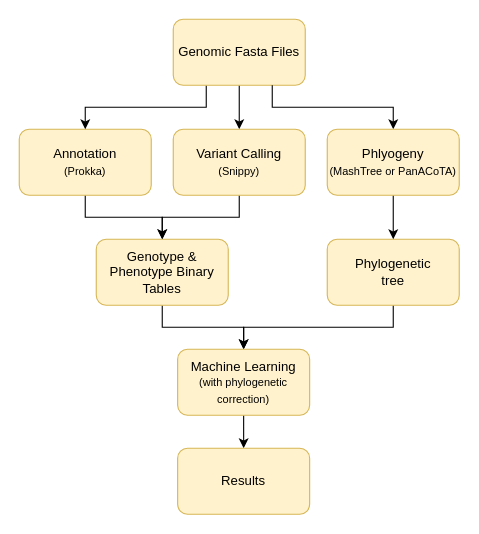
Earlier version of the draw.io diagram flowcharts/ALPAR_Flowchart_short.drawio (kalininalab/ALPAR). Source tidied: cells renumbered, new cells numbered last; positions are measured from the earlier drawing's top-left corner, leaving out a move shared by most shapes. Both pictures are drawn from the tidied source at 110%, with x=0, y=0 at pixel (19, 19).
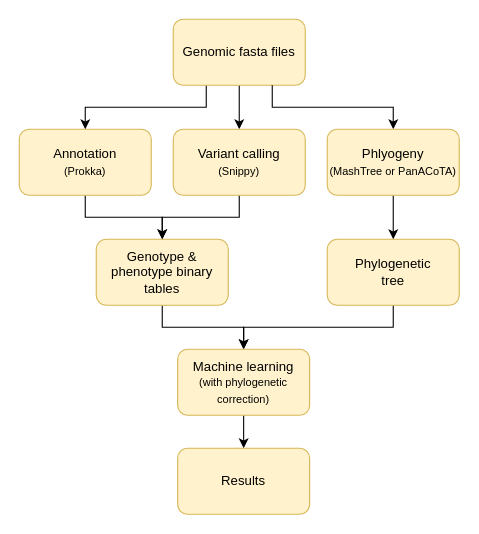
Above is the later version.

Change to the diagram source:
```diff
@@
 <mxGraphModel>
   <root>
     <mxCell id="0" />
     <mxCell id="1" parent="0" />
     <mxCell id="2" style="edgeStyle=orthogonalEdgeStyle;rounded=0;jettySize=auto;html=1;exitX=0.5;exitY=1;exitDx=0;exitDy=0;entryX=0.5;entryY=0;entryDx=0;entryDy=0;" parent="1" edge="1" source="3" target="5">
       <mxGeometry relative="1" as="geometry" />
     </mxCell>
     <mxCell id="3" value="Annotation&lt;div&gt;&lt;font style=&quot;font-size: 10px;&quot;&gt;(Prokka)&lt;/font&gt;&lt;/div&gt;" style="rounded=1;whiteSpace=wrap;html=1;fillColor=#fff2cc;strokeColor=#d6b656;" parent="1" vertex="1">
       <mxGeometry y="100" width="120" height="60" as="geometry" />
     </mxCell>
     <mxCell id="4" style="edgeStyle=orthogonalEdgeStyle;rounded=0;jettySize=auto;html=1;exitX=0.5;exitY=1;exitDx=0;exitDy=0;entryX=0.5;entryY=0;entryDx=0;entryDy=0;" parent="1" edge="1" source="5" target="9">
       <mxGeometry relative="1" as="geometry" />
     </mxCell>
-    <mxCell id="5" value="Genotype &amp;amp; Phenotype Binary Tables" style="whiteSpace=wrap;html=1;rounded=1;fillColor=#fff2cc;strokeColor=#d6b656;" parent="1" vertex="1">
+    <mxCell id="5" value="Genotype &amp;amp; phenotype binary tables" style="whiteSpace=wrap;html=1;rounded=1;fillColor=#fff2cc;strokeColor=#d6b656;" parent="1" vertex="1">
       <mxGeometry x="70" y="200" width="120" height="60" as="geometry" />
     </mxCell>
     <mxCell id="6" style="edgeStyle=orthogonalEdgeStyle;rounded=0;jettySize=auto;html=1;exitX=0.5;exitY=1;exitDx=0;exitDy=0;entryX=0.5;entryY=0;entryDx=0;entryDy=0;" parent="1" edge="1" source="7" target="9">
       <mxGeometry relative="1" as="geometry" />
     </mxCell>
     <mxCell id="7" value="Phylogenetic&lt;br&gt;tree" style="rounded=1;whiteSpace=wrap;html=1;fillColor=#fff2cc;strokeColor=#d6b656;" parent="1" vertex="1">
       <mxGeometry x="280" y="200" width="120" height="60" as="geometry" />
     </mxCell>
     <mxCell id="8" style="edgeStyle=orthogonalEdgeStyle;rounded=0;jettySize=auto;html=1;" parent="1" edge="1" source="9" target="10">
       <mxGeometry relative="1" as="geometry" />
     </mxCell>
-    <mxCell id="9" value="Machine Learning&lt;div&gt;&lt;font style=&quot;font-size: 10px;&quot;&gt;(with phylogenetic correction)&lt;/font&gt;&lt;/div&gt;" style="rounded=1;whiteSpace=wrap;html=1;fillColor=#fff2cc;strokeColor=#d6b656;" parent="1" vertex="1">
+    <mxCell id="9" value="Machine learning&lt;div&gt;&lt;font style=&quot;font-size: 10px;&quot;&gt;(with phylogenetic correction)&lt;/font&gt;&lt;/div&gt;" style="rounded=1;whiteSpace=wrap;html=1;fillColor=#fff2cc;strokeColor=#d6b656;" parent="1" vertex="1">
       <mxGeometry x="144" y="300" width="120" height="60" as="geometry" />
     </mxCell>
     <mxCell id="10" value="Results" style="rounded=1;whiteSpace=wrap;html=1;fillColor=#fff2cc;strokeColor=#d6b656;" parent="1" vertex="1">
       <mxGeometry x="144" y="390" width="120" height="60" as="geometry" />
     </mxCell>
     <mxCell id="11" style="edgeStyle=orthogonalEdgeStyle;rounded=0;jettySize=auto;html=1;entryX=0.5;entryY=0;entryDx=0;entryDy=0;exitX=0.25;exitY=1;exitDx=0;exitDy=0;" parent="1" edge="1" source="13" target="3">
       <mxGeometry relative="1" as="geometry" />
     </mxCell>
     <mxCell id="12" style="edgeStyle=orthogonalEdgeStyle;rounded=0;jettySize=auto;html=1;exitX=0.5;exitY=1;exitDx=0;exitDy=0;entryX=0.5;entryY=0;entryDx=0;entryDy=0;" parent="1" edge="1" source="13" target="18">
       <mxGeometry relative="1" as="geometry" />
     </mxCell>
-    <mxCell id="13" value="Genomic Fasta Files" style="rounded=1;whiteSpace=wrap;html=1;fillColor=#fff2cc;strokeColor=#d6b656;" parent="1" vertex="1">
+    <mxCell id="13" value="Genomic fasta files" style="rounded=1;whiteSpace=wrap;html=1;fillColor=#fff2cc;strokeColor=#d6b656;" parent="1" vertex="1">
       <mxGeometry x="140" width="120" height="60" as="geometry" />
     </mxCell>
     <mxCell id="14" style="edgeStyle=orthogonalEdgeStyle;rounded=0;jettySize=auto;html=1;exitX=0.75;exitY=1;exitDx=0;exitDy=0;entryX=0.5;entryY=0;entryDx=0;entryDy=0;" parent="1" edge="1" source="13" target="16">
       <mxGeometry relative="1" as="geometry" />
     </mxCell>
     <mxCell id="15" style="edgeStyle=orthogonalEdgeStyle;rounded=0;jettySize=auto;html=1;exitX=0.5;exitY=1;exitDx=0;exitDy=0;" parent="1" edge="1" source="16" target="7">
       <mxGeometry relative="1" as="geometry" />
     </mxCell>
     <mxCell id="16" value="Phlyogeny&lt;div&gt;&lt;font style=&quot;font-size: 10px;&quot;&gt;(MashTree or PanACoTA)&lt;/font&gt;&lt;/div&gt;" style="rounded=1;whiteSpace=wrap;html=1;fillColor=#fff2cc;strokeColor=#d6b656;" parent="1" vertex="1">
       <mxGeometry x="280" y="100" width="120" height="60" as="geometry" />
     </mxCell>
     <mxCell id="17" style="edgeStyle=orthogonalEdgeStyle;rounded=0;jettySize=auto;html=1;exitX=0.5;exitY=1;exitDx=0;exitDy=0;entryX=0.5;entryY=0;entryDx=0;entryDy=0;" parent="1" edge="1" source="18" target="5">
       <mxGeometry relative="1" as="geometry" />
     </mxCell>
-    <mxCell id="18" value="Variant Calling&lt;div&gt;&lt;font style=&quot;font-size: 10px;&quot;&gt;(Snippy)&lt;/font&gt;&lt;/div&gt;" style="rounded=1;whiteSpace=wrap;html=1;fillColor=#fff2cc;strokeColor=#d6b656;" parent="1" vertex="1">
+    <mxCell id="18" value="Variant calling&lt;div&gt;&lt;font style=&quot;font-size: 10px;&quot;&gt;(Snippy)&lt;/font&gt;&lt;/div&gt;" style="rounded=1;whiteSpace=wrap;html=1;fillColor=#fff2cc;strokeColor=#d6b656;" parent="1" vertex="1">
       <mxGeometry x="140" y="100" width="120" height="60" as="geometry" />
     </mxCell>
   </root>
 </mxGraphModel>
```
